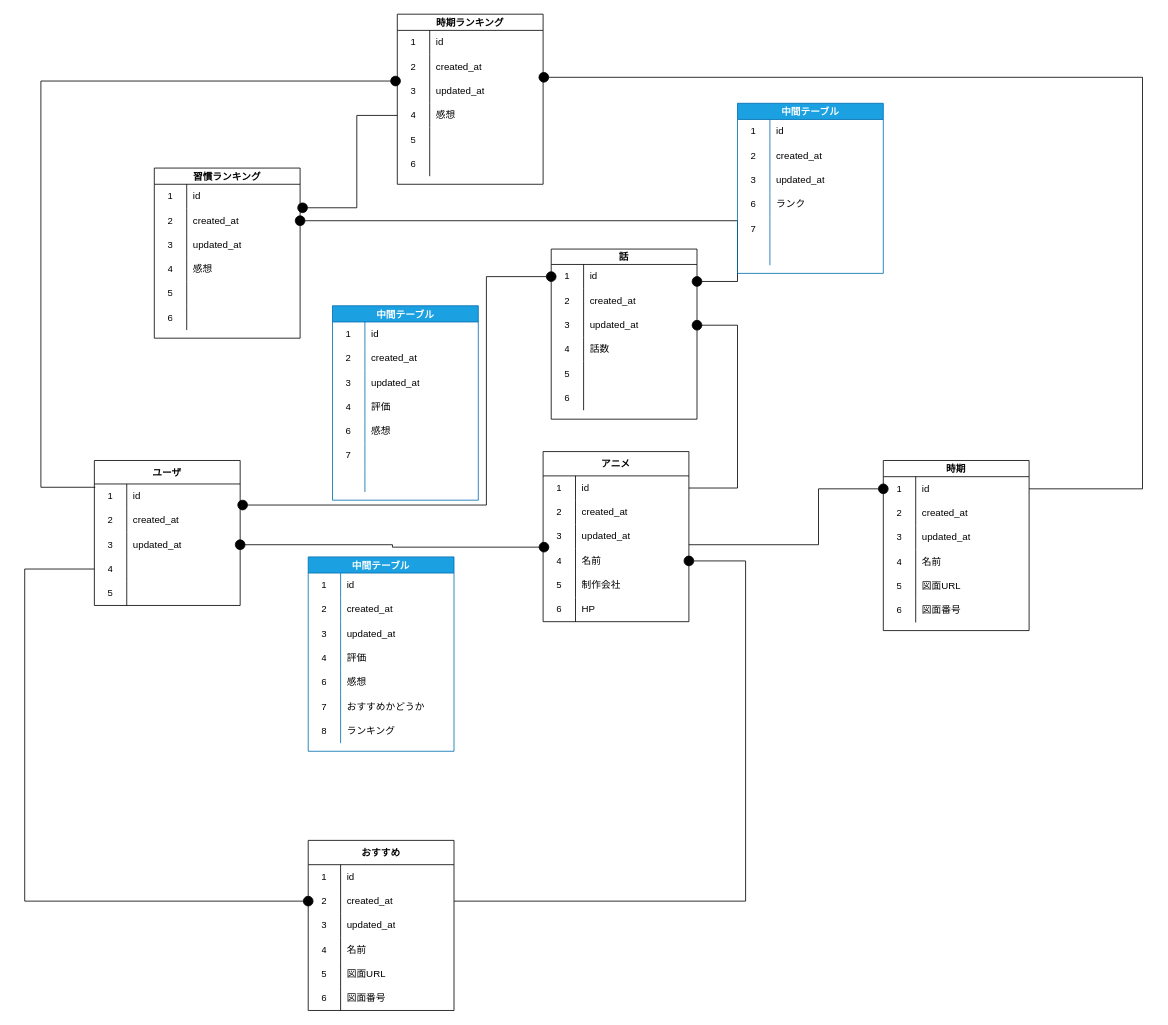
Above: document/db/db.dio in NiheiKeita/anigraph-app (draw.io), before the change. Source tidied: cells renumbered, new cells numbered last; positions are measured from the earlier drawing's top-left corner, leaving out a move shared by most shapes. Both pictures are drawn from the tidied source at 81%, with x=0, y=0 at pixel (24, 14).
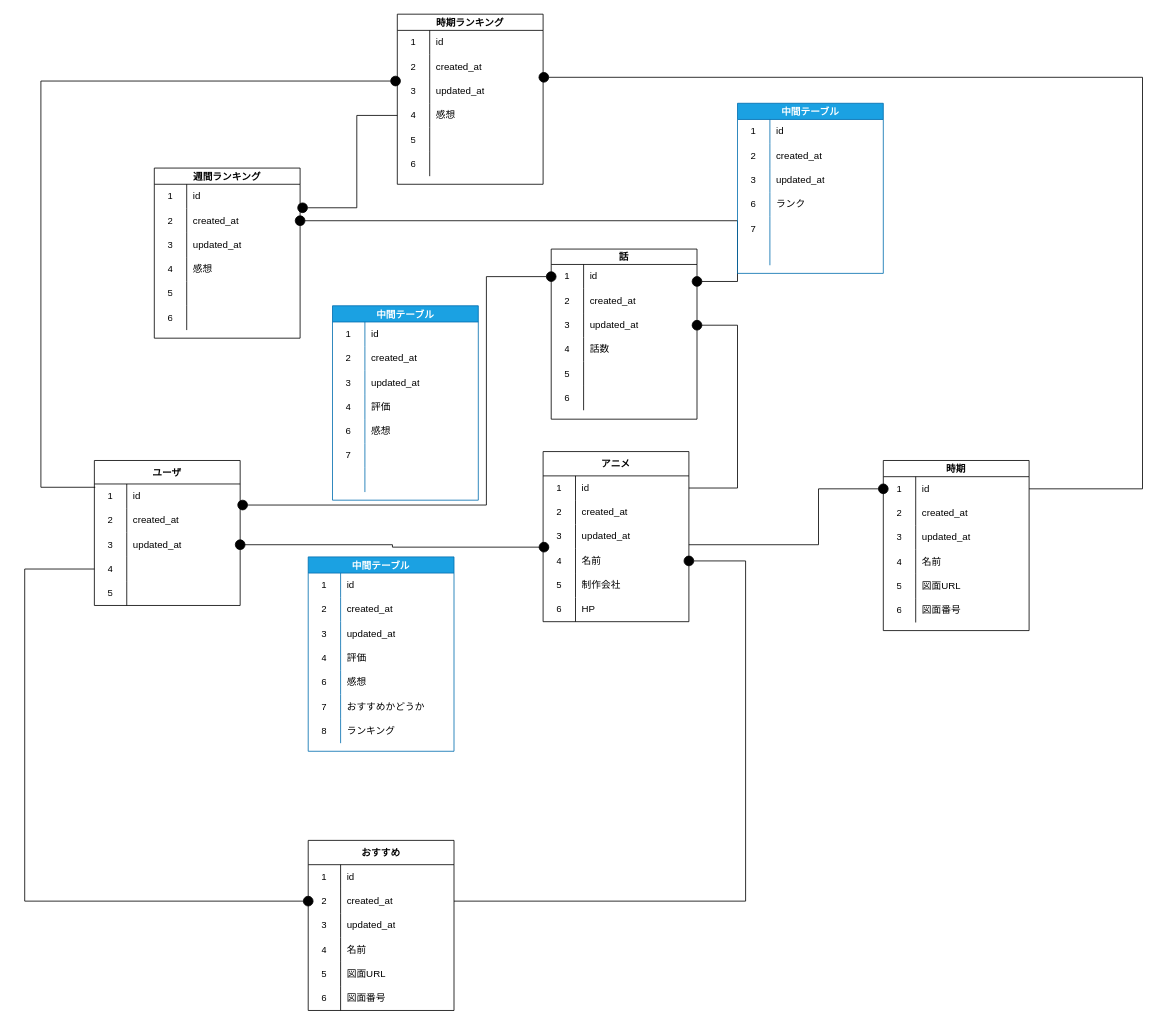
The same page after the edit.

Diff of the diagram source:
```diff
@@
-    <mxCell id="165" value="習慣ランキング" style="shape=table;startSize=20;childLayout=tableLayout;rowLines=0;fontStyle=1;" parent="1" vertex="1">
+    <mxCell id="165" value="週間ランキング" style="shape=table;startSize=20;childLayout=tableLayout;rowLines=0;fontStyle=1;" parent="1" vertex="1">
       <mxGeometry x="160" y="190" width="180" height="210" as="geometry" />
     </mxCell>
```
